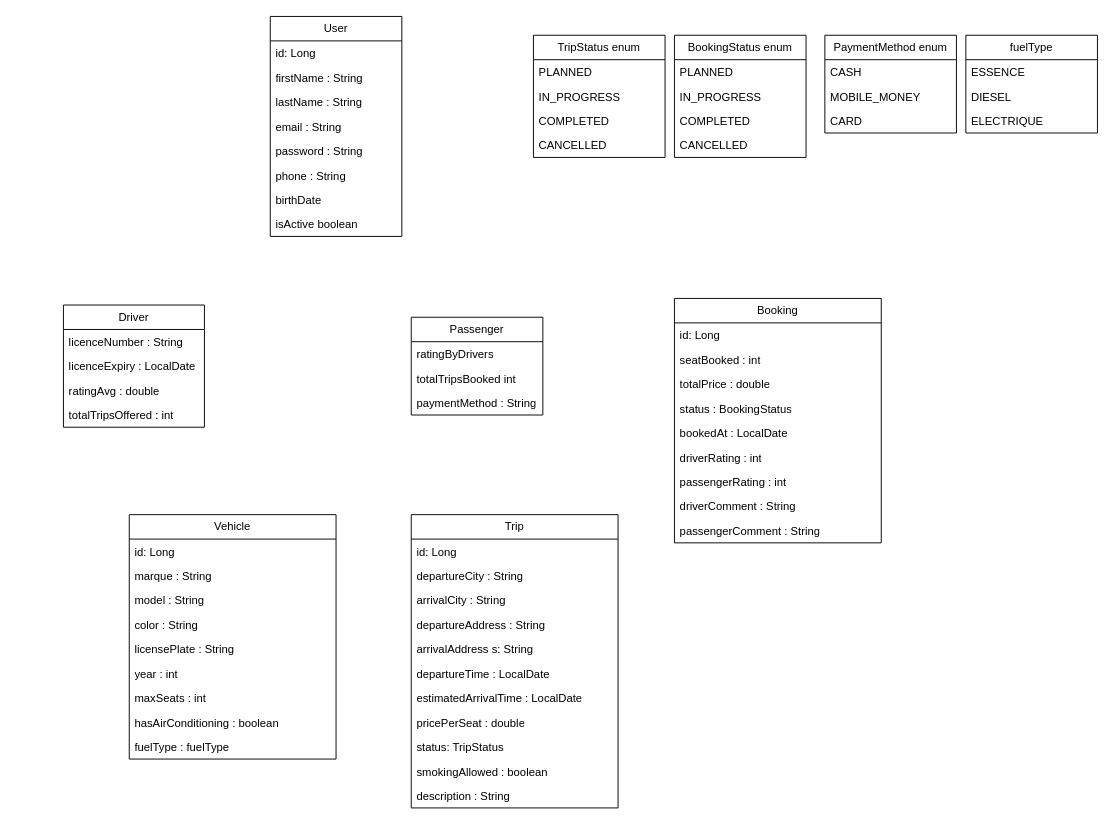
The draw.io diagram modelisation.drawio in misterOumar/GbakaApi, before the edit. Source tidied: cells renumbered, new cells numbered last; positions are measured from the earlier drawing's top-left corner, leaving out a move shared by most shapes. Both pictures are drawn from the tidied source at 94%, with x=0, y=0 at pixel (63, 16).
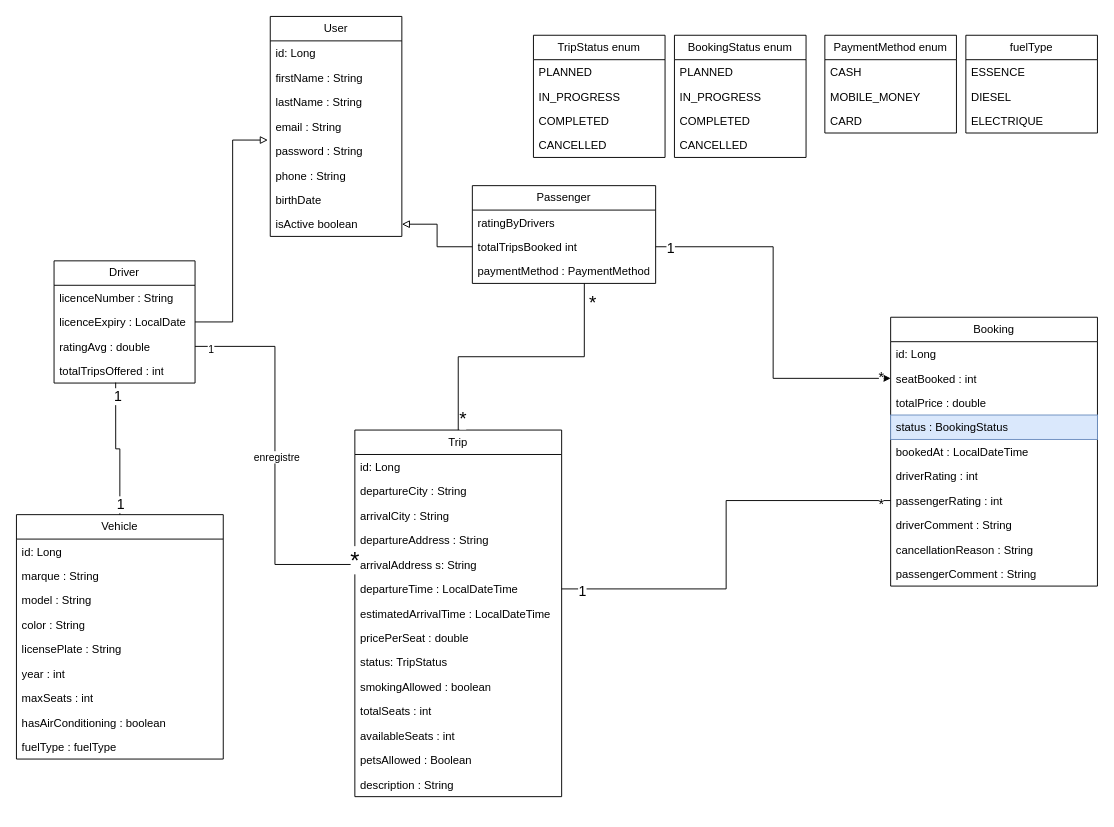
Above is the later version.

Commit message (it also covers changes not shown here):
feat: Finalisation du diagramme de classes

The change refers to these unchanged cells:
```xml
<mxCell id="7" value="password&amp;nbsp;&lt;span style=&quot;color: rgb(0, 0, 0);&quot;&gt;: String&lt;/span&gt;" style="text;strokeColor=none;fillColor=none;align=left;verticalAlign=top;spacingLeft=4;spacingRight=4;overflow=hidden;points=[[0,0.5],[1,0.5]];portConstraint=eastwest;whiteSpace=wrap;html=1;" parent="2" vertex="1">
  <mxGeometry y="130" width="140" height="26" as="geometry" />
</mxCell>
<mxCell id="10" value="isActive boolean" style="text;strokeColor=none;fillColor=none;align=left;verticalAlign=top;spacingLeft=4;spacingRight=4;overflow=hidden;points=[[0,0.5],[1,0.5]];portConstraint=eastwest;whiteSpace=wrap;html=1;" parent="2" vertex="1">
  <mxGeometry y="208" width="140" height="26" as="geometry" />
</mxCell>
<mxCell id="13" value="licenceExpiry : LocalDate" style="text;strokeColor=none;fillColor=none;align=left;verticalAlign=top;spacingLeft=4;spacingRight=4;overflow=hidden;points=[[0,0.5],[1,0.5]];portConstraint=eastwest;whiteSpace=wrap;html=1;" parent="11" vertex="1">
  <mxGeometry y="52" width="150" height="26" as="geometry" />
</mxCell>
<mxCell id="14" value="ratingAvg : double" style="text;strokeColor=none;fillColor=none;align=left;verticalAlign=top;spacingLeft=4;spacingRight=4;overflow=hidden;points=[[0,0.5],[1,0.5]];portConstraint=eastwest;whiteSpace=wrap;html=1;" parent="11" vertex="1">
  <mxGeometry y="78" width="150" height="26" as="geometry" />
</mxCell>
<mxCell id="15" value="totalTripsOffered : int" style="text;strokeColor=none;fillColor=none;align=left;verticalAlign=top;spacingLeft=4;spacingRight=4;overflow=hidden;points=[[0,0.5],[1,0.5]];portConstraint=eastwest;whiteSpace=wrap;html=1;" parent="11" vertex="1">
  <mxGeometry y="104" width="150" height="26" as="geometry" />
</mxCell>
<mxCell id="35" value="arrivalAddress s&lt;span style=&quot;color: rgb(0, 0, 0);&quot;&gt;: String&lt;/span&gt;" style="text;strokeColor=none;fillColor=none;align=left;verticalAlign=top;spacingLeft=4;spacingRight=4;overflow=hidden;points=[[0,0.5],[1,0.5]];portConstraint=eastwest;whiteSpace=wrap;html=1;" parent="30" vertex="1">
  <mxGeometry y="130" width="220" height="26" as="geometry" />
</mxCell>
<mxCell id="58" value="seatBooked : int" style="text;strokeColor=none;fillColor=none;align=left;verticalAlign=top;spacingLeft=4;spacingRight=4;overflow=hidden;points=[[0,0.5],[1,0.5]];portConstraint=eastwest;whiteSpace=wrap;html=1;" parent="56" vertex="1">
  <mxGeometry y="52" width="220" height="26" as="geometry" />
</mxCell>
<mxCell id="63" value="passengerRating : int&amp;nbsp; &amp;nbsp;&amp;nbsp;&lt;span style=&quot;color: rgb(129, 136, 152);&quot; class=&quot;token token&quot;&gt;&lt;/span&gt;" style="text;strokeColor=none;fillColor=none;align=left;verticalAlign=top;spacingLeft=4;spacingRight=4;overflow=hidden;points=[[0,0.5],[1,0.5]];portConstraint=eastwest;whiteSpace=wrap;html=1;" parent="56" vertex="1">
  <mxGeometry y="182" width="220" height="26" as="geometry" />
</mxCell>
```

What changed in the source:
```diff
@@
     <mxCell id="11" value="Driver" style="swimlane;fontStyle=0;horizontal=1;startSize=26;fillColor=none;whiteSpace=wrap;html=1;" parent="1" vertex="1">
-      <mxGeometry y="307" width="150" height="130" as="geometry" />
+      <mxGeometry x="-10" y="260" width="150" height="130" as="geometry" />
     </mxCell>
@@
     <mxCell id="16" value="Passenger" style="swimlane;fontStyle=0;horizontal=1;startSize=26;fillColor=none;whiteSpace=wrap;html=1;" parent="1" vertex="1">
-      <mxGeometry x="370" y="320" width="140" height="104" as="geometry" />
+      <mxGeometry x="435" y="180" width="195" height="104" as="geometry" />
     </mxCell>
     <mxCell id="17" value="ratingByDrivers" style="text;strokeColor=none;fillColor=none;align=left;verticalAlign=top;spacingLeft=4;spacingRight=4;overflow=hidden;whiteSpace=wrap;html=1;" parent="16" vertex="1">
-      <mxGeometry y="26" width="140" height="26" as="geometry" />
+      <mxGeometry y="26" width="195" height="26" as="geometry" />
     </mxCell>
     <mxCell id="18" value="totalTripsBooked int" style="text;strokeColor=none;fillColor=none;align=left;verticalAlign=top;spacingLeft=4;spacingRight=4;overflow=hidden;points=[[0,0.5],[1,0.5]];portConstraint=eastwest;whiteSpace=wrap;html=1;" parent="16" vertex="1">
-      <mxGeometry y="52" width="140" height="26" as="geometry" />
+      <mxGeometry y="52" width="195" height="26" as="geometry" />
     </mxCell>
-    <mxCell id="19" value="paymentMethod&amp;nbsp;&lt;span style=&quot;color: rgb(0, 0, 0);&quot;&gt;: String&lt;/span&gt;" style="text;strokeColor=none;fillColor=none;align=left;verticalAlign=top;spacingLeft=4;spacingRight=4;overflow=hidden;points=[[0,0.5],[1,0.5]];portConstraint=eastwest;whiteSpace=wrap;html=1;" parent="16" vertex="1">
-      <mxGeometry y="78" width="140" height="26" as="geometry" />
+    <mxCell id="19" value="paymentMethod&amp;nbsp;&lt;span style=&quot;color: rgb(0, 0, 0);&quot;&gt;: PaymentMethod&lt;/span&gt;" style="text;strokeColor=none;fillColor=none;align=left;verticalAlign=top;spacingLeft=4;spacingRight=4;overflow=hidden;points=[[0,0.5],[1,0.5]];portConstraint=eastwest;whiteSpace=wrap;html=1;" parent="16" vertex="1">
+      <mxGeometry y="78" width="195" height="26" as="geometry" />
     </mxCell>
     <mxCell id="20" value="Vehicle" style="swimlane;fontStyle=0;horizontal=1;startSize=26;fillColor=none;whiteSpace=wrap;html=1;" parent="1" vertex="1">
-      <mxGeometry x="70" y="530" width="220" height="260" as="geometry" />
+      <mxGeometry x="-50" y="530" width="220" height="260" as="geometry" />
     </mxCell>
@@
     <mxCell id="30" value="Trip" style="swimlane;fontStyle=0;horizontal=1;startSize=26;fillColor=none;whiteSpace=wrap;html=1;" parent="1" vertex="1">
-      <mxGeometry x="370" y="530" width="220" height="312" as="geometry" />
+      <mxGeometry x="310" y="440" width="220" height="390" as="geometry" />
     </mxCell>
@@
-    <mxCell id="36" value="departureTime : LocalDate" style="text;strokeColor=none;fillColor=none;align=left;verticalAlign=top;spacingLeft=4;spacingRight=4;overflow=hidden;points=[[0,0.5],[1,0.5]];portConstraint=eastwest;whiteSpace=wrap;html=1;" parent="30" vertex="1">
+    <mxCell id="36" value="departureTime : LocalDateTime" style="text;strokeColor=none;fillColor=none;align=left;verticalAlign=top;spacingLeft=4;spacingRight=4;overflow=hidden;points=[[0,0.5],[1,0.5]];portConstraint=eastwest;whiteSpace=wrap;html=1;" parent="30" vertex="1">
       <mxGeometry y="156" width="220" height="26" as="geometry" />
     </mxCell>
-    <mxCell id="37" value="estimatedArrivalTime : LocalDate" style="text;strokeColor=none;fillColor=none;align=left;verticalAlign=top;spacingLeft=4;spacingRight=4;overflow=hidden;whiteSpace=wrap;html=1;" parent="30" vertex="1">
+    <mxCell id="37" value="estimatedArrivalTime : LocalDateTime" style="text;strokeColor=none;fillColor=none;align=left;verticalAlign=top;spacingLeft=4;spacingRight=4;overflow=hidden;whiteSpace=wrap;html=1;" parent="30" vertex="1">
       <mxGeometry y="182" width="220" height="26" as="geometry" />
     </mxCell>
@@
+    <mxCell id="70" value="totalSeats : int" style="text;strokeColor=none;fillColor=none;align=left;verticalAlign=top;spacingLeft=4;spacingRight=4;overflow=hidden;whiteSpace=wrap;html=1;" parent="30" vertex="1">
+      <mxGeometry y="286" width="220" height="26" as="geometry" />
+    </mxCell>
+    <mxCell id="71" value="availableSeats : int" style="text;strokeColor=none;fillColor=none;align=left;verticalAlign=top;spacingLeft=4;spacingRight=4;overflow=hidden;whiteSpace=wrap;html=1;" parent="30" vertex="1">
+      <mxGeometry y="312" width="220" height="26" as="geometry" />
+    </mxCell>
+    <mxCell id="72" value="petsAllowed : Boolean" style="text;strokeColor=none;fillColor=none;align=left;verticalAlign=top;spacingLeft=4;spacingRight=4;overflow=hidden;whiteSpace=wrap;html=1;" parent="30" vertex="1">
+      <mxGeometry y="338" width="220" height="26" as="geometry" />
+    </mxCell>
     <mxCell id="41" value="description : String" style="text;strokeColor=none;fillColor=none;align=left;verticalAlign=top;spacingLeft=4;spacingRight=4;overflow=hidden;whiteSpace=wrap;html=1;" parent="30" vertex="1">
-      <mxGeometry y="286" width="220" height="26" as="geometry" />
+      <mxGeometry y="364" width="220" height="26" as="geometry" />
     </mxCell>
@@
     <mxCell id="56" value="Booking" style="swimlane;fontStyle=0;horizontal=1;startSize=26;fillColor=none;whiteSpace=wrap;html=1;" parent="1" vertex="1">
-      <mxGeometry x="650" y="300" width="220" height="260" as="geometry" />
+      <mxGeometry x="880" y="320" width="220" height="286" as="geometry" />
     </mxCell>
@@
-    <mxCell id="60" value="status : BookingStatus" style="text;strokeColor=none;fillColor=none;align=left;verticalAlign=top;spacingLeft=4;spacingRight=4;overflow=hidden;whiteSpace=wrap;html=1;" parent="56" vertex="1">
+    <mxCell id="60" value="status : BookingStatus" style="text;strokeColor=#6c8ebf;fillColor=#dae8fc;align=left;verticalAlign=top;spacingLeft=4;spacingRight=4;overflow=hidden;whiteSpace=wrap;html=1;" parent="56" vertex="1">
       <mxGeometry y="104" width="220" height="26" as="geometry" />
     </mxCell>
-    <mxCell id="61" value="bookedAt : LocalDate" style="text;strokeColor=none;fillColor=none;align=left;verticalAlign=top;spacingLeft=4;spacingRight=4;overflow=hidden;whiteSpace=wrap;html=1;" parent="56" vertex="1">
+    <mxCell id="61" value="bookedAt : LocalDateTime" style="text;strokeColor=none;fillColor=none;align=left;verticalAlign=top;spacingLeft=4;spacingRight=4;overflow=hidden;whiteSpace=wrap;html=1;" parent="56" vertex="1">
       <mxGeometry y="130" width="220" height="26" as="geometry" />
     </mxCell>
@@
+    <mxCell id="73" value="cancellationReason : String" style="text;strokeColor=none;fillColor=none;align=left;verticalAlign=top;spacingLeft=4;spacingRight=4;overflow=hidden;whiteSpace=wrap;html=1;" parent="56" vertex="1">
+      <mxGeometry y="234" width="220" height="26" as="geometry" />
+    </mxCell>
     <mxCell id="65" value="passengerComment : String" style="text;strokeColor=none;fillColor=none;align=left;verticalAlign=top;spacingLeft=4;spacingRight=4;overflow=hidden;whiteSpace=wrap;html=1;" parent="56" vertex="1">
-      <mxGeometry y="234" width="220" height="26" as="geometry" />
+      <mxGeometry y="260" width="220" height="26" as="geometry" />
     </mxCell>
@@
+    <mxCell id="74" style="edgeStyle=orthogonalEdgeStyle;rounded=0;jettySize=auto;html=1;exitX=1;exitY=0.5;exitDx=0;exitDy=0;entryX=-0.018;entryY=0.058;entryDx=0;entryDy=0;entryPerimeter=0;endArrow=block;endFill=0;" parent="1" edge="1" source="13" target="7">
+      <mxGeometry relative="1" as="geometry" />
+    </mxCell>
+    <mxCell id="75" style="edgeStyle=orthogonalEdgeStyle;rounded=0;jettySize=auto;html=1;exitX=0;exitY=0.5;exitDx=0;exitDy=0;endArrow=block;endFill=0;" parent="1" edge="1" source="18" target="10">
+      <mxGeometry relative="1" as="geometry" />
+    </mxCell>
+    <mxCell id="76" style="edgeStyle=orthogonalEdgeStyle;rounded=0;jettySize=auto;html=1;exitX=0.5;exitY=0;exitDx=0;exitDy=0;entryX=0.437;entryY=0.981;entryDx=0;entryDy=0;entryPerimeter=0;endArrow=none;endFill=0;" parent="1" edge="1" source="20" target="15">
+      <mxGeometry relative="1" as="geometry" />
+    </mxCell>
+    <mxCell id="77" value="&lt;font style=&quot;font-size: 15px;&quot;&gt;1&lt;/font&gt;" style="edgeLabel;html=1;align=center;verticalAlign=middle;" parent="76" vertex="1">
+      <mxGeometry x="0.81" y="-2" relative="1" as="geometry" />
+    </mxCell>
+    <mxCell id="78" value="&lt;font style=&quot;font-size: 15px;&quot;&gt;1&lt;/font&gt;" style="edgeLabel;html=1;align=center;verticalAlign=middle;" parent="76" vertex="1">
+      <mxGeometry x="-0.83" y="1" relative="1" as="geometry">
+        <mxPoint x="1" as="offset" />
+      </mxGeometry>
+    </mxCell>
+    <mxCell id="79" style="edgeStyle=orthogonalEdgeStyle;rounded=0;jettySize=auto;html=1;endArrow=none;endFill=0;" parent="1" edge="1" source="14" target="35">
+      <mxGeometry relative="1" as="geometry" />
+    </mxCell>
+    <mxCell id="80" value="enregistre" style="edgeLabel;html=1;align=center;verticalAlign=middle;" parent="79" vertex="1">
+      <mxGeometry y="1" relative="1" as="geometry">
+        <mxPoint y="1" as="offset" />
+      </mxGeometry>
+    </mxCell>
+    <mxCell id="81" value="&lt;font style=&quot;font-size: 25px;&quot;&gt;*&lt;/font&gt;" style="edgeLabel;html=1;align=center;verticalAlign=middle;" parent="79" vertex="1">
+      <mxGeometry x="0.86" y="-1" relative="1" as="geometry">
+        <mxPoint x="27" y="-7" as="offset" />
+      </mxGeometry>
+    </mxCell>
+    <mxCell id="82" value="1" style="edgeLabel;html=1;align=center;verticalAlign=middle;" parent="79" vertex="1">
+      <mxGeometry x="-0.92" y="-3" relative="1" as="geometry" />
+    </mxCell>
+    <mxCell id="83" style="edgeStyle=orthogonalEdgeStyle;rounded=0;jettySize=auto;html=1;entryX=0.611;entryY=1;entryDx=0;entryDy=0;entryPerimeter=0;endArrow=none;endFill=0;" parent="1" edge="1" source="30" target="19">
+      <mxGeometry relative="1" as="geometry" />
+    </mxCell>
+    <mxCell id="84" value="&lt;font style=&quot;font-size: 20px;&quot;&gt;*&lt;/font&gt;" style="edgeLabel;html=1;align=center;verticalAlign=middle;" parent="83" vertex="1">
+      <mxGeometry x="0.87" y="-5" relative="1" as="geometry">
+        <mxPoint x="3" as="offset" />
+      </mxGeometry>
+    </mxCell>
+    <mxCell id="85" value="&lt;font style=&quot;font-size: 20px;&quot;&gt;*&lt;/font&gt;" style="edgeLabel;html=1;align=center;verticalAlign=middle;" parent="83" vertex="1">
+      <mxGeometry x="-0.71" y="1" relative="1" as="geometry">
+        <mxPoint x="5" y="28" as="offset" />
+      </mxGeometry>
+    </mxCell>
+    <mxCell id="86" style="edgeStyle=orthogonalEdgeStyle;rounded=0;jettySize=auto;html=1;exitX=1;exitY=0.5;exitDx=0;exitDy=0;entryX=0;entryY=0.5;entryDx=0;entryDy=0;endArrow=none;endFill=0;" parent="1" edge="1" source="36" target="63">
+      <mxGeometry relative="1" as="geometry" />
+    </mxCell>
+    <mxCell id="87" value="&lt;font style=&quot;font-size: 15px;&quot;&gt;1&lt;/font&gt;" style="edgeLabel;html=1;align=center;verticalAlign=middle;" parent="86" vertex="1">
+      <mxGeometry x="-0.91" y="-1" relative="1" as="geometry">
+        <mxPoint x="1" as="offset" />
+      </mxGeometry>
+    </mxCell>
+    <mxCell id="88" value="&lt;font style=&quot;font-size: 15px;&quot;&gt;*&lt;/font&gt;" style="edgeLabel;html=1;align=center;verticalAlign=middle;" parent="86" vertex="1">
+      <mxGeometry x="0.95" y="-1" relative="1" as="geometry">
+        <mxPoint y="1" as="offset" />
+      </mxGeometry>
+    </mxCell>
+    <mxCell id="89" style="edgeStyle=orthogonalEdgeStyle;rounded=0;jettySize=auto;html=1;exitX=1;exitY=0.5;exitDx=0;exitDy=0;entryX=0;entryY=0.5;entryDx=0;entryDy=0;" parent="1" edge="1" source="18" target="58">
+      <mxGeometry relative="1" as="geometry" />
+    </mxCell>
+    <mxCell id="90" value="&lt;font style=&quot;font-size: 15px;&quot;&gt;1&lt;/font&gt;" style="edgeLabel;html=1;align=center;verticalAlign=middle;" parent="89" vertex="1">
+      <mxGeometry x="-0.93" relative="1" as="geometry">
+        <mxPoint x="1" as="offset" />
+      </mxGeometry>
+    </mxCell>
+    <mxCell id="91" value="&lt;font style=&quot;font-size: 15px;&quot;&gt;*&lt;/font&gt;" style="edgeLabel;html=1;align=center;verticalAlign=middle;" parent="89" vertex="1">
+      <mxGeometry x="0.94" y="4" relative="1" as="geometry">
+        <mxPoint x="1" y="1" as="offset" />
+      </mxGeometry>
+    </mxCell>
```
